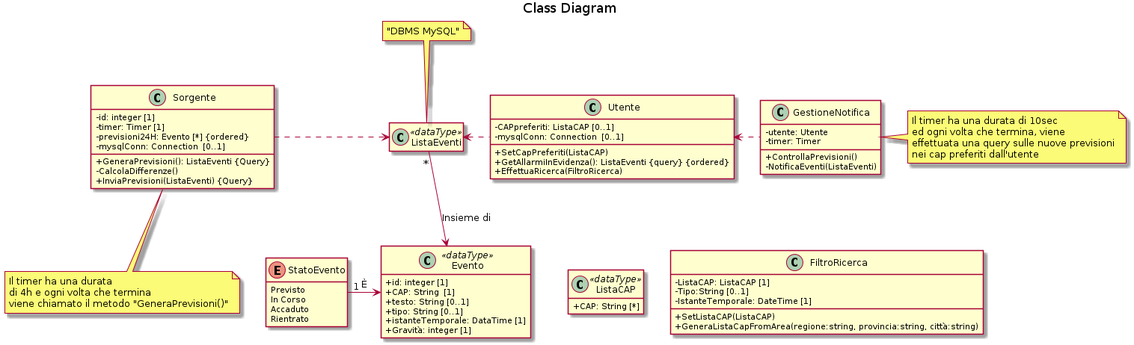
xFA25E/sweng_14_2019 keeps this PlantUML diagram as build/diagrams/class.png. Above is the earlier version. Source of this version:
```plantuml
@startuml
title Class Diagram

class Sorgente {
    - id: integer [1]
    - timer: Timer [1]
    - previsioni24H: Evento [*] {ordered}
    - mysqlConn: Connection  [0..1]
    + GeneraPrevisioni(): ListaEventi {Query}
    - CalcolaDifferenze()
    + InviaPrevisioni(ListaEventi) {Query}
}
note bottom of Sorgente: Il timer ha una durata\ndi 4h e ogni volta che termina\nviene chiamato il metodo "GeneraPrevisioni()"

class Evento<<dataType>> {
    + id: integer [1]
    + CAP: String  [1]
    + testo: String [0..1]
    + tipo: String [0..1]
    + istanteTemporale: DataTime [1]
    + Gravità: integer [1]
}

enum StatoEvento {
    Previsto
    In Corso
    Accaduto
    Rientrato
}

class ListaEventi <<dataType>>
note top of ListaEventi:"DBMS MySQL"

ListaEventi "*" --> Evento: Insieme di
StatoEvento "1 " -> Evento: È
Sorgente .> ListaEventi

class Utente {
    - CAPpreferiti: ListaCAP [0..1]
    - mysqlConn: Connection  [0..1]
    + SetCapPreferiti(ListaCAP)
    + GetAllarmiInEvidenza(): ListaEventi {query} {ordered}
    + EffettuaRicerca(FiltroRicerca)
}
ListaEventi <. Utente

class ListaCAP <<dataType>> {
    + CAP: String [*]
}

class FiltroRicerca {
    - ListaCAP: ListaCAP [1]
    - Tipo:String [0..1]
    - IstanteTemporale: DateTime [1]
    + SetListaCAP(ListaCAP)
    + GeneraListaCapFromArea(regione:string, provincia:string, città:string)
}

class GestioneNotifica {
    - utente: Utente
    - timer: Timer
    + ControllaPrevisioni()
    - NotificaEventi(ListaEventi)
}
note right of GestioneNotifica: Il timer ha una durata di 10sec\ned ogni volta che termina, viene\neffettuata una query sulle nuove previsioni\nnei cap preferiti dall'utente

Utente <. GestioneNotifica

hide empty members
skinparam classAttributeIconSize 0
Utente --[hidden]> ListaCAP
Utente --[hidden]> FiltroRicerca
@enduml
```
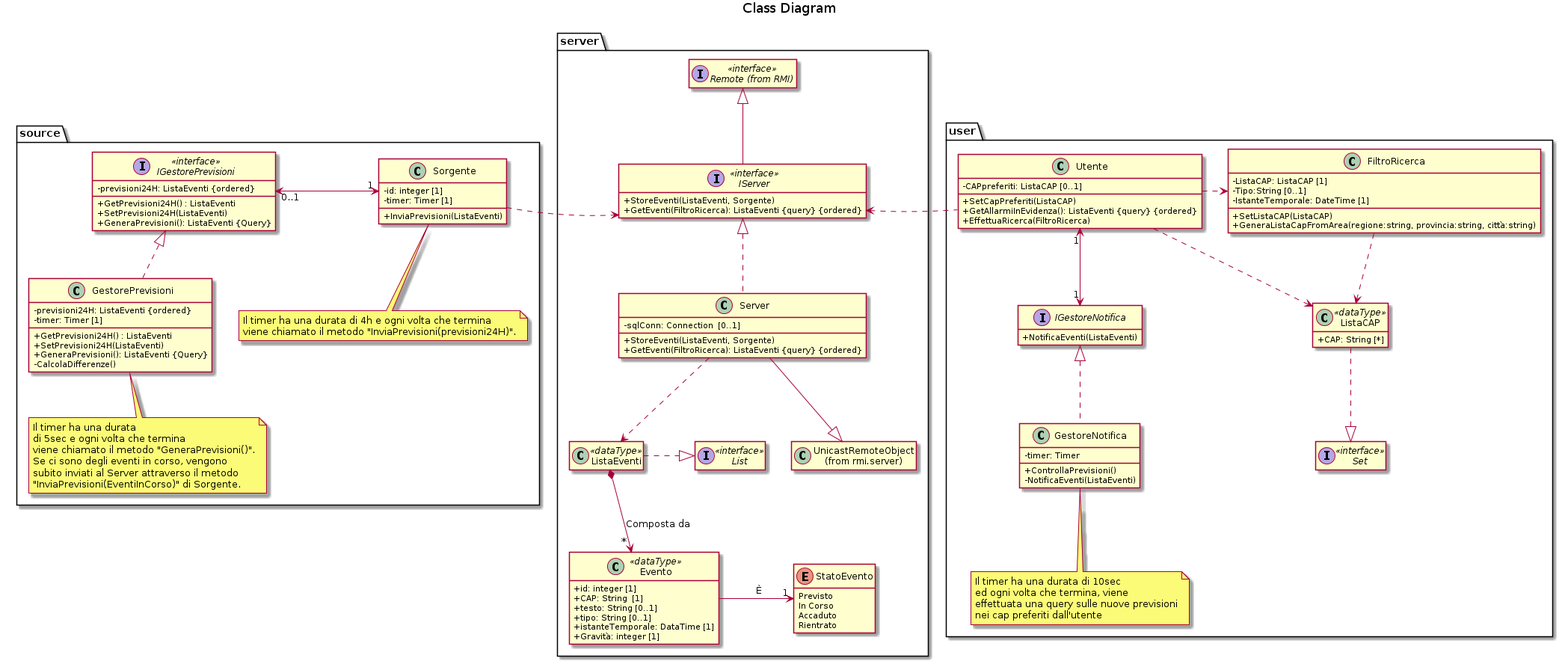
After the commit.

What changed in the source:
```diff
@@ -1,73 +1,125 @@
 @startuml
 title Class Diagram
+package source {
+    interface IGestorePrevisioni<<interface>> {
+        - previsioni24H: ListaEventi {ordered}
+        + GetPrevisioni24H() : ListaEventi
+        + SetPrevisioni24H(ListaEventi)
+        + GeneraPrevisioni(): ListaEventi {Query}
+    }
 
-class Sorgente {
-    - id: integer [1]
-    - timer: Timer [1]
-    - previsioni24H: Evento [*] {ordered}
-    - mysqlConn: Connection  [0..1]
-    + GeneraPrevisioni(): ListaEventi {Query}
-    - CalcolaDifferenze()
-    + InviaPrevisioni(ListaEventi) {Query}
-}
-note bottom of Sorgente: Il timer ha una durata\ndi 4h e ogni volta che termina\nviene chiamato il metodo "GeneraPrevisioni()"
+    class GestorePrevisioni {
+        - previsioni24H: ListaEventi {ordered}
+        - timer: Timer [1]
+        + GetPrevisioni24H() : ListaEventi
+        + SetPrevisioni24H(ListaEventi)
+        + GeneraPrevisioni(): ListaEventi {Query}
+        - CalcolaDifferenze()
+    }
 
-class Evento<<dataType>> {
-    + id: integer [1]
-    + CAP: String  [1]
-    + testo: String [0..1]
-    + tipo: String [0..1]
-    + istanteTemporale: DataTime [1]
-    + Gravità: integer [1]
+    class Sorgente {
+        - id: integer [1]
+        - timer: Timer [1]
+        + InviaPrevisioni(ListaEventi)
+    }
+    note bottom of Sorgente: Il timer ha una durata di 4h e ogni volta che termina\nviene chiamato il metodo "InviaPrevisioni(previsioni24H)".
+    note bottom of GestorePrevisioni: Il timer ha una durata\ndi 5sec e ogni volta che termina\nviene chiamato il metodo "GeneraPrevisioni()".\nSe ci sono degli eventi in corso, vengono\nsubito inviati al Server attraverso il metodo\n"InviaPrevisioni(EventiInCorso)" di Sorgente.
+
+    IGestorePrevisioni "0..1" <-> "1" Sorgente : \t\t\t
+    IGestorePrevisioni <|.. GestorePrevisioni
 }
 
-enum StatoEvento {
-    Previsto
-    In Corso
-    Accaduto
-    Rientrato
+package server{
+    interface "Remote (from RMI)" as Remote <<interface>>
+
+    interface IServer<<interface>> {
+        + StoreEventi(ListaEventi, Sorgente)
+        + GetEventi(FiltroRicerca): ListaEventi {query} {ordered}
+    }
+
+    class Server {
+        - sqlConn: Connection  [0..1]
+        + StoreEventi(ListaEventi, Sorgente)
+        + GetEventi(FiltroRicerca): ListaEventi {query} {ordered}
+    }
+
+    class "UnicastRemoteObject\n(from rmi.server)" as UnicastRemoteObject
+
+    class ListaEventi <<dataType>>
+
+    interface List<<interface>>
+
+    class Evento<<dataType>> {
+        + id: integer [1]
+        + CAP: String  [1]
+        + testo: String [0..1]
+        + tipo: String [0..1]
+        + istanteTemporale: DataTime [1]
+        + Gravità: integer [1]
+    }
+
+    enum StatoEvento {
+        Previsto
+        In Corso
+        Accaduto
+        Rientrato
+    }
+
+    Remote <|-- IServer
+    IServer <|.. Server
+    Server --|> UnicastRemoteObject
+    Server ..> ListaEventi
+    ListaEventi .|> List: \t
+    ListaEventi *--> " * " Evento: Composta da
+    Evento -> "1" StatoEvento: \tÈ\t
 }
 
-class ListaEventi <<dataType>>
-note top of ListaEventi:"DBMS MySQL"
+Sorgente .> IServer
 
-ListaEventi "*" --> Evento: Insieme di
-StatoEvento "1 " -> Evento: È
-Sorgente .> ListaEventi
+package user {
+    class Utente {
+        - CAPpreferiti: ListaCAP [0..1]
+        + SetCapPreferiti(ListaCAP)
+        + GetAllarmiInEvidenza(): ListaEventi {query} {ordered}
+        + EffettuaRicerca(FiltroRicerca)
+    }
 
-class Utente {
-    - CAPpreferiti: ListaCAP [0..1]
-    - mysqlConn: Connection  [0..1]
-    + SetCapPreferiti(ListaCAP)
-    + GetAllarmiInEvidenza(): ListaEventi {query} {ordered}
-    + EffettuaRicerca(FiltroRicerca)
-}
-ListaEventi <. Utente
+    class ListaCAP <<dataType>> {
+        + CAP: String [*]
+    }
 
-class ListaCAP <<dataType>> {
-    + CAP: String [*]
+    interface Set<<interface>>
+
+    class FiltroRicerca {
+        - ListaCAP: ListaCAP [1]
+        - Tipo:String [0..1]
+        - IstanteTemporale: DateTime [1]
+        + SetListaCAP(ListaCAP)
+        + GeneraListaCapFromArea(regione:string, provincia:string, città:string)
+    }
+
+    interface IGestoreNotifica {
+        + NotificaEventi(ListaEventi)
+    }
+
+    class GestoreNotifica {
+        - timer: Timer
+        + ControllaPrevisioni()
+        - NotificaEventi(ListaEventi)
+    }
+    note bottom of GestoreNotifica: Il timer ha una durata di 10sec\ned ogni volta che termina, viene\neffettuata una query sulle nuove previsioni\nnei cap preferiti dall'utente
+
+    Utente "1" <--> "1" IGestoreNotifica
+    IGestoreNotifica <|.. GestoreNotifica
+    Utente .> ListaCAP
+    Utente .> FiltroRicerca
+    FiltroRicerca ..> ListaCAP
+    ListaCAP ..|> Set
 }
 
-class FiltroRicerca {
-    - ListaCAP: ListaCAP [1]
-    - Tipo:String [0..1]
-    - IstanteTemporale: DateTime [1]
-    + SetListaCAP(ListaCAP)
-    + GeneraListaCapFromArea(regione:string, provincia:string, città:string)
-}
-
-class GestioneNotifica {
-    - utente: Utente
-    - timer: Timer
-    + ControllaPrevisioni()
-    - NotificaEventi(ListaEventi)
-}
-note right of GestioneNotifica: Il timer ha una durata di 10sec\ned ogni volta che termina, viene\neffettuata una query sulle nuove previsioni\nnei cap preferiti dall'utente
-
-Utente <. GestioneNotifica
+IServer <. Utente
 
 hide empty members
 skinparam classAttributeIconSize 0
-Utente --[hidden]> ListaCAP
-Utente --[hidden]> FiltroRicerca
+IGestoreNotifica -[hidden]> ListaCAP : \t\t\t\t\t\t
 @enduml
```
